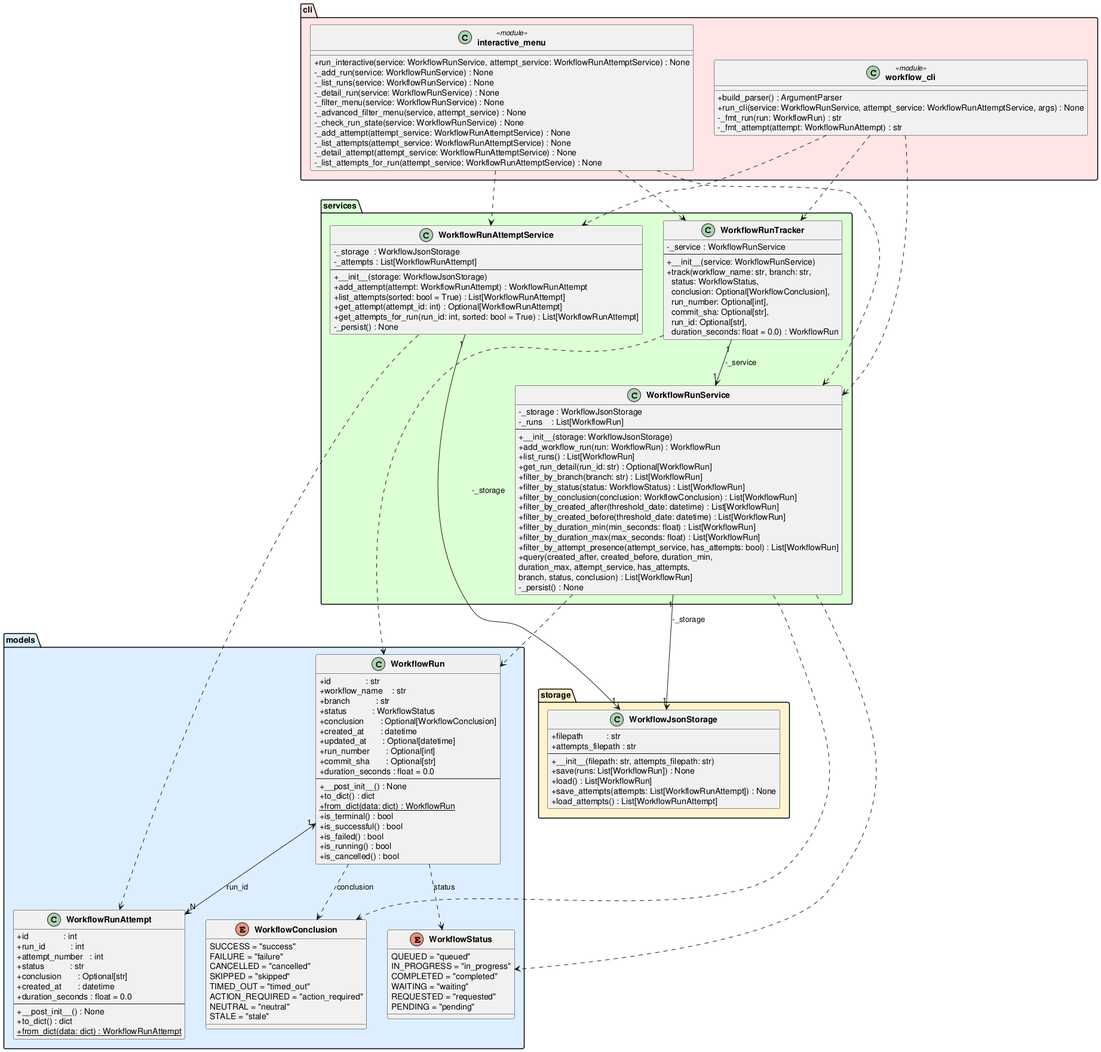
This is experiments/pipeline/user_stories/github-workflow-manager/artifacts/class_diagram.png from DanielRiha8906/Software_autoevolution_using_agents, a PlantUML export, as it was before one commit.
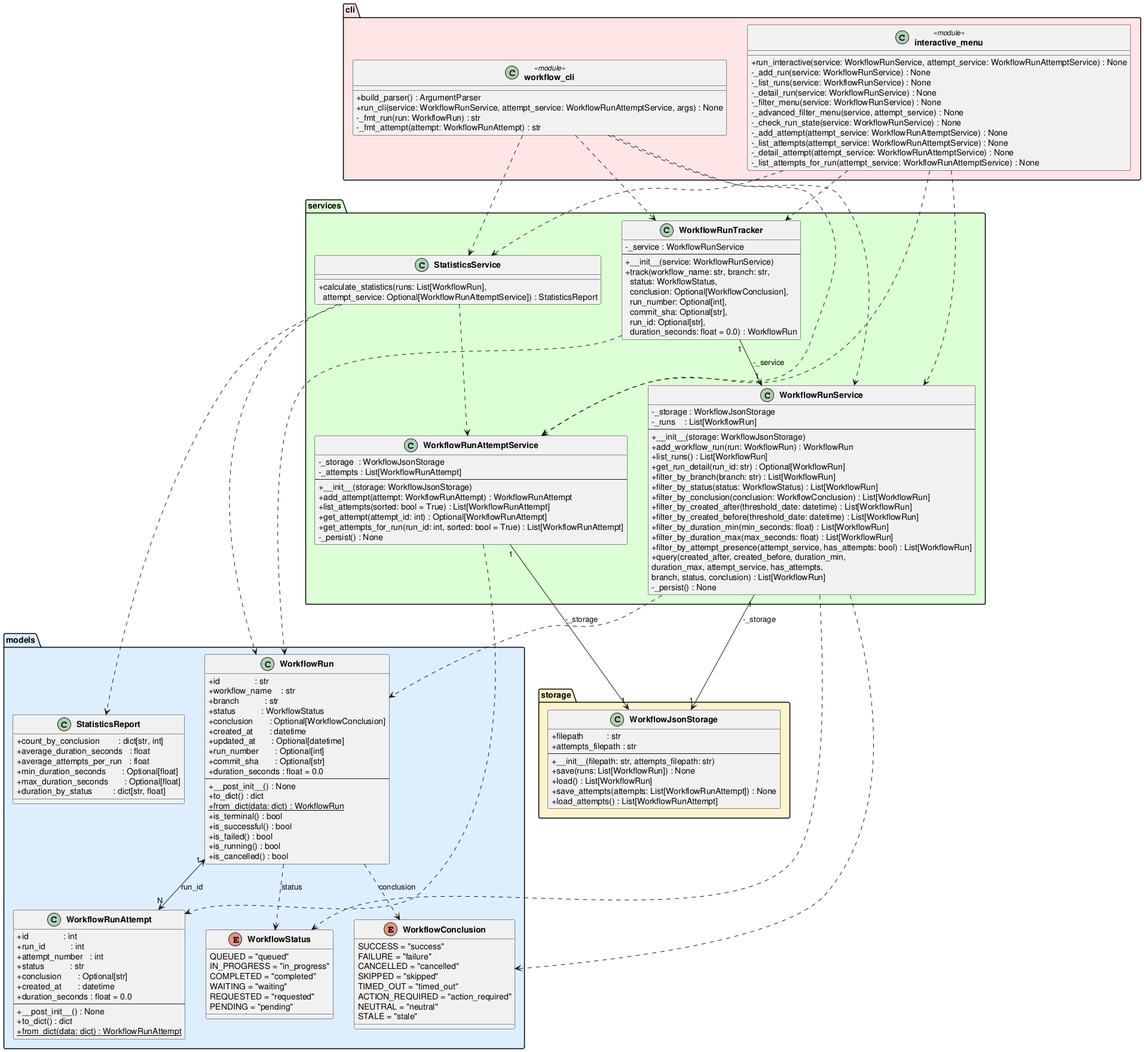
The same file after the commit.

The edit, as a diff of the source:
```diff
@@ -59,6 +59,15 @@
         +to_dict() : dict
         +{static} from_dict(data: dict) : WorkflowRunAttempt
     }
+
+    class StatisticsReport {
+        +count_by_conclusion        : dict[str, int]
+        +average_duration_seconds   : float
+        +average_attempts_per_run   : float
+        +min_duration_seconds       : Optional[float]
+        +max_duration_seconds       : Optional[float]
+        +duration_by_status         : dict[str, float]
+    }
 }
 
 package "storage" #FFF3CC {
@@ -113,6 +122,10 @@
         +__init__(service: WorkflowRunService)
         +track(workflow_name: str, branch: str,\n  status: WorkflowStatus,\n  conclusion: Optional[WorkflowConclusion],\n  run_number: Optional[int],\n  commit_sha: Optional[str],\n  run_id: Optional[str],\n  duration_seconds: float = 0.0) : WorkflowRun
     }
+
+    class StatisticsService {
+        +calculate_statistics(runs: List[WorkflowRun],\n  attempt_service: Optional[WorkflowRunAttemptService]) : StatisticsReport
+    }
 }
 
 package "cli" #FFE5E5 {
@@ -149,11 +162,16 @@
 WorkflowRunAttemptService         ..>  WorkflowRunAttempt
 WorkflowRunTracker      "1" --> "1" WorkflowRunService  : -_service
 WorkflowRunTracker           ..>  WorkflowRun
+StatisticsService            ..>  WorkflowRun
+StatisticsService            ..>  StatisticsReport
+StatisticsService            ..>  WorkflowRunAttemptService
 "workflow_cli"               ..>  WorkflowRunService
 "workflow_cli"               ..>  WorkflowRunAttemptService
 "workflow_cli"               ..>  WorkflowRunTracker
+"workflow_cli"               ..>  StatisticsService
 "interactive_menu"           ..>  WorkflowRunService
 "interactive_menu"           ..>  WorkflowRunAttemptService
 "interactive_menu"           ..>  WorkflowRunTracker
+"interactive_menu"           ..>  StatisticsService
 
 @enduml
```
